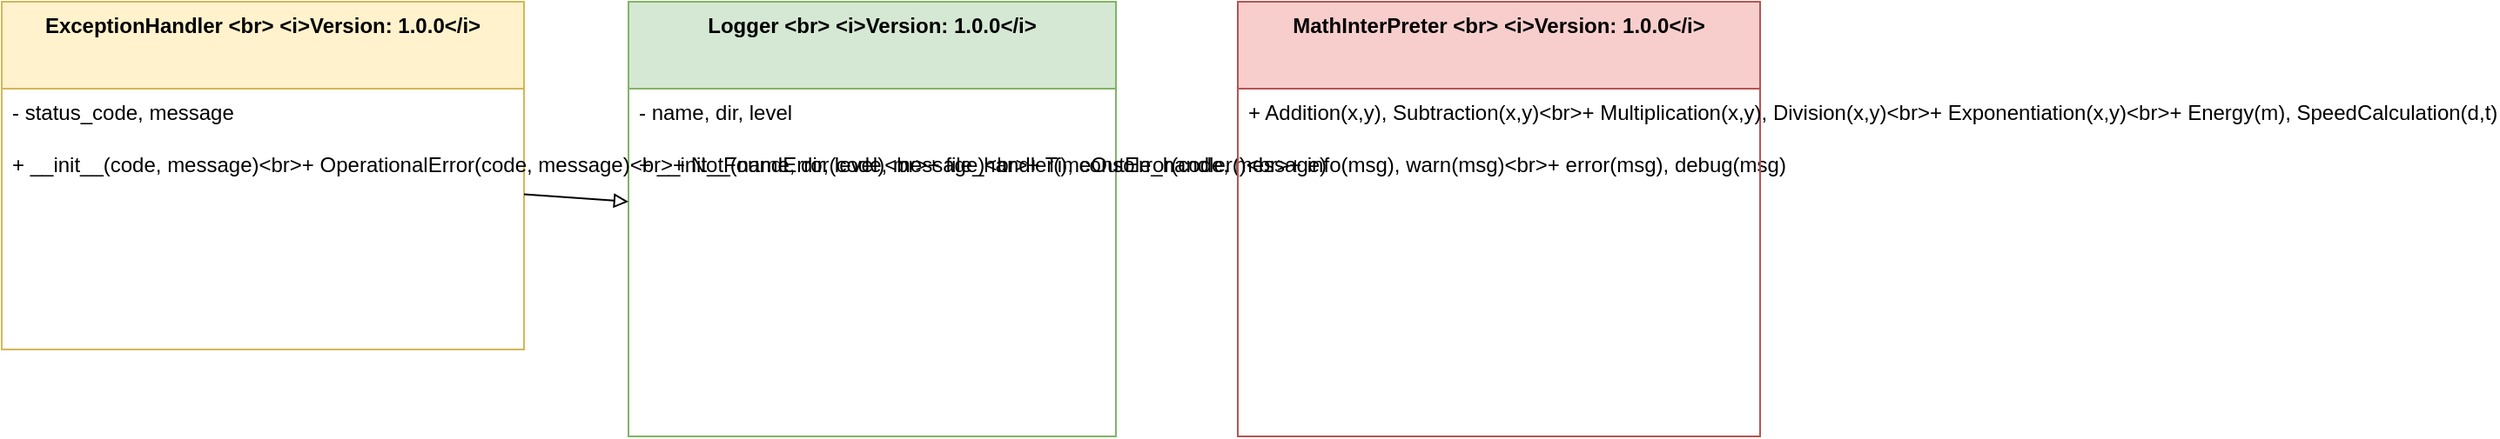
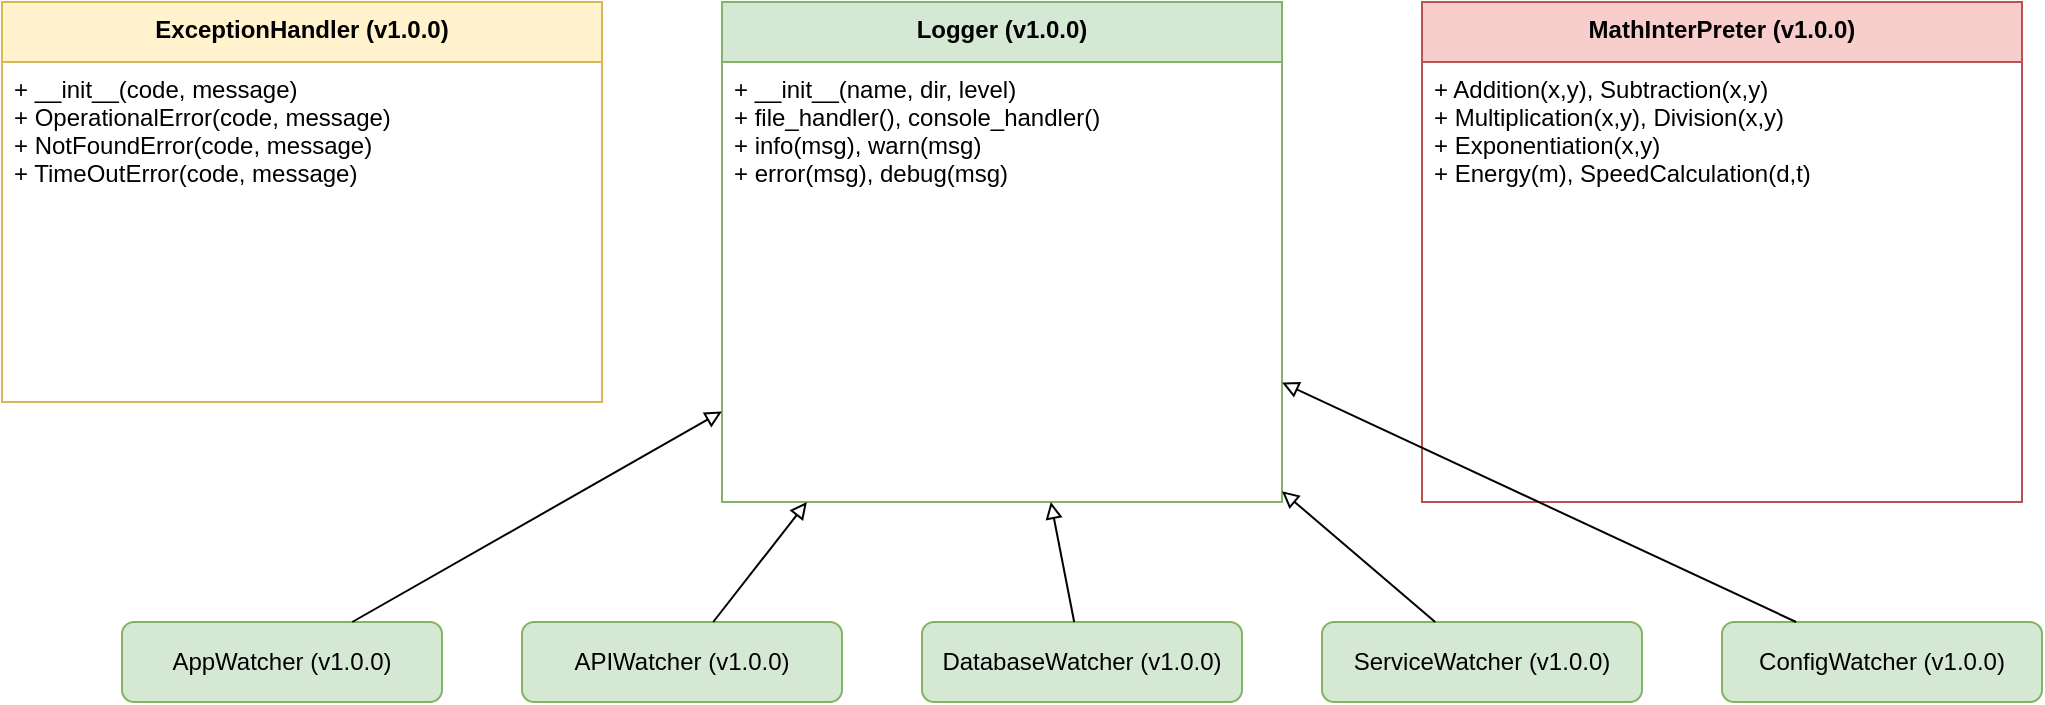
<mxfile host="ac.prod.google.com" agent="Gemini" version="1.0">
  <diagram name="Utility Tools" id="diagram-utils">
    <mxGraphModel dx="1200" dy="800" grid="1" gridSize="10" guides="1" tooltips="1" connect="1" arrows="1" fold="1" page="1" pageScale="1" pageWidth="1200" pageHeight="800" background="#ffffff">
      <root>
        <mxCell id="0" />
        <mxCell id="1" parent="0" />

-         <!-- Logger Class -->
-         <mxCell id="logger" value="Logger &lt;br&gt; &lt;i&gt;Version: 1.0.0&lt;/i&gt;" style="swimlane;fontStyle=1;align=center;verticalAlign=top;childLayout=stackLayout;horizontal=1;startSize=50;horizontalStack=0;resizeParent=1;resizeParentMax=0;resizeLastChild=0;collapsible=1;marginBottom=0;fillColor=#d5e8d4;strokeColor=#82b366;" vertex="1" parent="1">
+         <!-- Logger Classes -->
+         <mxCell id="logger" value="Logger (v1.0.0)" style="swimlane;fontStyle=1;align=center;verticalAlign=top;childLayout=stackLayout;horizontal=1;startSize=30;horizontalStack=0;resizeParent=1;resizeParentMax=0;resizeLastChild=0;collapsible=1;marginBottom=0;fillColor=#d5e8d4;strokeColor=#82b366;" vertex="1" parent="1">
            <mxGeometry x="400" y="40" width="280" height="250" as="geometry"/>
        </mxCell>
-         <mxCell id="logger-vars" value="- name, dir, level" style="text;strokeColor=none;fillColor=none;align=left;verticalAlign=top;spacingLeft=4;spacingRight=4;portConstraint=eastwest;rotatable=0;" vertex="1" parent="logger">
-             <mxGeometry y="50" width="280" height="30" as="geometry"/>
+         <mxCell id="logger-methods" value="+ __init__(name, dir, level)&#10;+ file_handler(), console_handler()&#10;+ info(msg), warn(msg)&#10;+ error(msg), debug(msg)" style="text;strokeColor=none;fillColor=none;align=left;verticalAlign=top;spacingLeft=4;spacingRight=4;portConstraint=eastwest;rotatable=0;" vertex="1" parent="logger">
+             <mxGeometry y="30" width="280" height="220" as="geometry"/>
        </mxCell>
-         <mxCell id="logger-methods" value="+ __init__(name, dir, level)&lt;br&gt;+ file_handler(), console_handler()&lt;br&gt;+ info(msg), warn(msg)&lt;br&gt;+ error(msg), debug(msg)" style="text;strokeColor=none;fillColor=none;align=left;verticalAlign=top;spacingLeft=4;spacingRight=4;portConstraint=eastwest;rotatable=0;" vertex="1" parent="logger">
-             <mxGeometry y="80" width="280" height="170" as="geometry"/>
+ 
+         <!-- Watcher Classes -->
+         <mxCell id="appwatcher" value="AppWatcher (v1.0.0)" style="rounded=1;whiteSpace=wrap;html=1;fillColor=#d5e8d4;strokeColor=#82b366;" vertex="1" parent="1">
+             <mxGeometry x="100" y="350" width="160" height="40" as="geometry"/>
+         </mxCell>
+         <mxCell id="apiwatcher" value="APIWatcher (v1.0.0)" style="rounded=1;whiteSpace=wrap;html=1;fillColor=#d5e8d4;strokeColor=#82b366;" vertex="1" parent="1">
+             <mxGeometry x="300" y="350" width="160" height="40" as="geometry"/>
+         </mxCell>
+         <mxCell id="dbwatcher" value="DatabaseWatcher (v1.0.0)" style="rounded=1;whiteSpace=wrap;html=1;fillColor=#d5e8d4;strokeColor=#82b366;" vertex="1" parent="1">
+             <mxGeometry x="500" y="350" width="160" height="40" as="geometry"/>
+         </mxCell>
+         <mxCell id="servicewatcher" value="ServiceWatcher (v1.0.0)" style="rounded=1;whiteSpace=wrap;html=1;fillColor=#d5e8d4;strokeColor=#82b366;" vertex="1" parent="1">
+             <mxGeometry x="700" y="350" width="160" height="40" as="geometry"/>
+         </mxCell>
+         <mxCell id="configwatcher" value="ConfigWatcher (v1.0.0)" style="rounded=1;whiteSpace=wrap;html=1;fillColor=#d5e8d4;strokeColor=#82b366;" vertex="1" parent="1">
+             <mxGeometry x="900" y="350" width="160" height="40" as="geometry"/>
        </mxCell>

        <!-- ExceptionHandler Class -->
-         <mxCell id="exceptionhandler" value="ExceptionHandler &lt;br&gt; &lt;i&gt;Version: 1.0.0&lt;/i&gt;" style="swimlane;fontStyle=1;align=center;verticalAlign=top;childLayout=stackLayout;horizontal=1;startSize=50;horizontalStack=0;resizeParent=1;resizeParentMax=0;resizeLastChild=0;collapsible=1;marginBottom=0;fillColor=#fff2cc;strokeColor=#d6b656;" vertex="1" parent="1">
+         <mxCell id="exceptionhandler" value="ExceptionHandler (v1.0.0)" style="swimlane;fontStyle=1;align=center;verticalAlign=top;childLayout=stackLayout;horizontal=1;startSize=30;horizontalStack=0;resizeParent=1;resizeParentMax=0;resizeLastChild=0;collapsible=1;marginBottom=0;fillColor=#fff2cc;strokeColor=#d6b656;" vertex="1" parent="1">
            <mxGeometry x="40" y="40" width="300" height="200" as="geometry"/>
        </mxCell>
-         <mxCell id="exception-vars" value="- status_code, message" style="text;strokeColor=none;fillColor=none;align=left;verticalAlign=top;spacingLeft=4;spacingRight=4;portConstraint=eastwest;rotatable=0;" vertex="1" parent="exceptionhandler">
-             <mxGeometry y="50" width="300" height="30" as="geometry"/>
-         </mxCell>
-         <mxCell id="exception-methods" value="+ __init__(code, message)&lt;br&gt;+ OperationalError(code, message)&lt;br&gt;+ NotFoundError(code, message)&lt;br&gt;+ TimeOutError(code, message)" style="text;strokeColor=none;fillColor=none;align=left;verticalAlign=top;spacingLeft=4;spacingRight=4;portConstraint=eastwest;rotatable=0;" vertex="1" parent="exceptionhandler">
-             <mxGeometry y="80" width="300" height="120" as="geometry"/>
+         <mxCell id="exception-methods" value="+ __init__(code, message)&#10;+ OperationalError(code, message)&#10;+ NotFoundError(code, message)&#10;+ TimeOutError(code, message)" style="text;strokeColor=none;fillColor=none;align=left;verticalAlign=top;spacingLeft=4;spacingRight=4;portConstraint=eastwest;rotatable=0;" vertex="1" parent="exceptionhandler">
+             <mxGeometry y="30" width="300" height="170" as="geometry"/>
        </mxCell>

        <!-- MathInterPreter Class -->
-         <mxCell id="mathinterpreter" value="MathInterPreter &lt;br&gt; &lt;i&gt;Version: 1.0.0&lt;/i&gt;" style="swimlane;fontStyle=1;align=center;verticalAlign=top;childLayout=stackLayout;horizontal=1;startSize=50;horizontalStack=0;resizeParent=1;resizeParentMax=0;resizeLastChild=0;collapsible=1;marginBottom=0;fillColor=#f8cecc;strokeColor=#b85450;" vertex="1" parent="1">
+         <mxCell id="mathinterpreter" value="MathInterPreter (v1.0.0)" style="swimlane;fontStyle=1;align=center;verticalAlign=top;childLayout=stackLayout;horizontal=1;startSize=30;horizontalStack=0;resizeParent=1;resizeParentMax=0;resizeLastChild=0;collapsible=1;marginBottom=0;fillColor=#f8cecc;strokeColor=#b85450;" vertex="1" parent="1">
            <mxGeometry x="750" y="40" width="300" height="250" as="geometry"/>
        </mxCell>
-         <mxCell id="math-methods" value="+ Addition(x,y), Subtraction(x,y)&lt;br&gt;+ Multiplication(x,y), Division(x,y)&lt;br&gt;+ Exponentiation(x,y)&lt;br&gt;+ Energy(m), SpeedCalculation(d,t)" style="text;strokeColor=none;fillColor=none;align=left;verticalAlign=top;spacingLeft=4;spacingRight=4;portConstraint=eastwest;rotatable=0;" vertex="1" parent="mathinterpreter">
-             <mxGeometry y="50" width="300" height="200" as="geometry"/>
+         <mxCell id="math-methods" value="+ Addition(x,y), Subtraction(x,y)&#10;+ Multiplication(x,y), Division(x,y)&#10;+ Exponentiation(x,y)&#10;+ Energy(m), SpeedCalculation(d,t)" style="text;strokeColor=none;fillColor=none;align=left;verticalAlign=top;spacingLeft=4;spacingRight=4;portConstraint=eastwest;rotatable=0;" vertex="1" parent="mathinterpreter">
+             <mxGeometry y="30" width="300" height="220" as="geometry"/>
        </mxCell>

        <!-- Edges -->
-         <mxCell id="edge-logger-exception" value="" style="endArrow=block;endFill=0;html=1;strokeColor=#000000;strokeWidth=1;" edge="1" parent="1" source="exceptionhandler" target="logger">
+         <mxCell id="edge-app" value="" style="endArrow=block;endFill=0;html=1;strokeColor=#000000;strokeWidth=1;" edge="1" parent="1" source="appwatcher" target="logger">
          <mxGeometry relative="1" as="geometry" />
        </mxCell>
- 
+         <mxCell id="edge-api" value="" style="endArrow=block;endFill=0;html=1;strokeColor=#000000;strokeWidth=1;" edge="1" parent="1" source="apiwatcher" target="logger">
+           <mxGeometry relative="1" as="geometry" />
+         </mxCell>
+         <mxCell id="edge-db" value="" style="endArrow=block;endFill=0;html=1;strokeColor=#000000;strokeWidth=1;" edge="1" parent="1" source="dbwatcher" target="logger">
+           <mxGeometry relative="1" as="geometry" />
+         </mxCell>
+         <mxCell id="edge-service" value="" style="endArrow=block;endFill=0;html=1;strokeColor=#000000;strokeWidth=1;" edge="1" parent="1" source="servicewatcher" target="logger">
+           <mxGeometry relative="1" as="geometry" />
+         </mxCell>
+         <mxCell id="edge-config" value="" style="endArrow=block;endFill=0;html=1;strokeColor=#000000;strokeWidth=1;" edge="1" parent="1" source="configwatcher" target="logger">
+           <mxGeometry relative="1" as="geometry" />
+         </mxCell>
      </root>
    </mxGraphModel>
  </diagram>
</mxfile>
